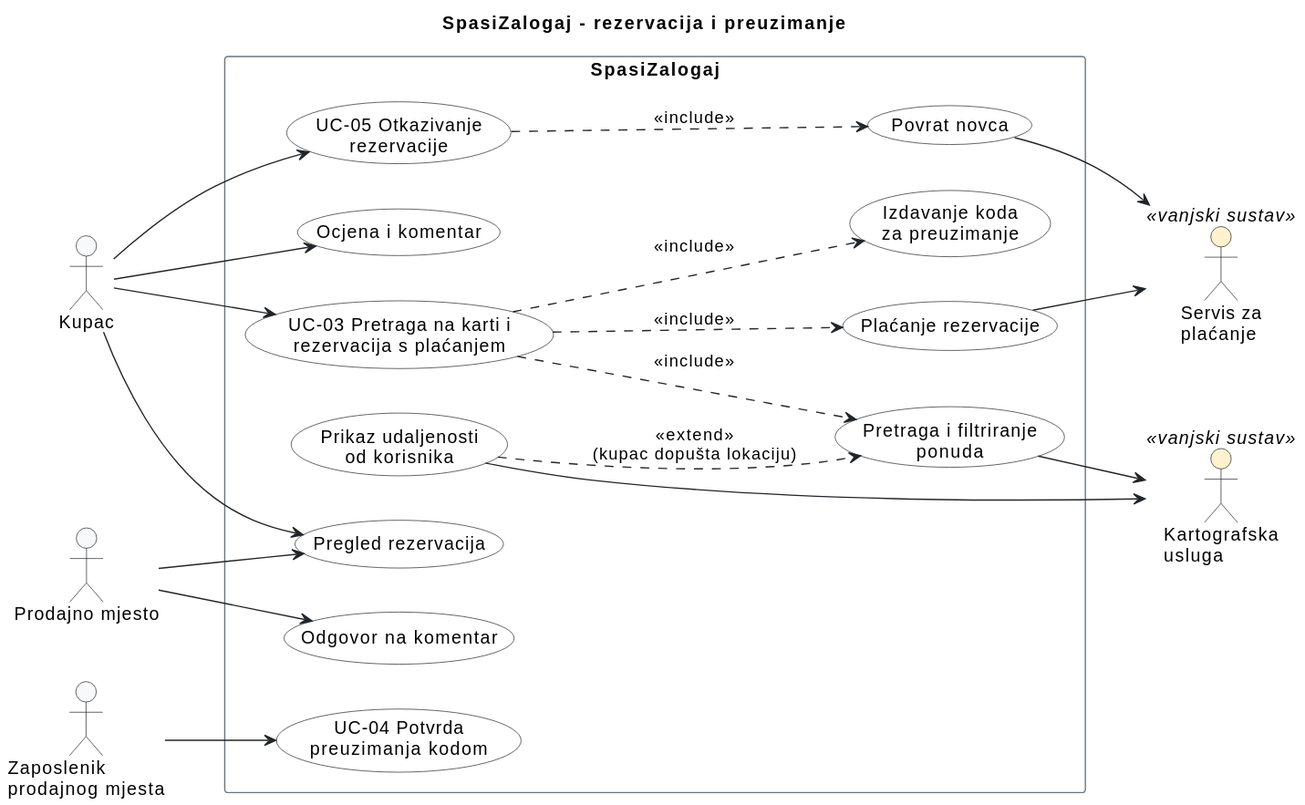
Above: docs/assets/diagrams/3-2-spasizalogaj-reservation-UC.svg in frenki1004/Menzory (PlantUML), before the change.
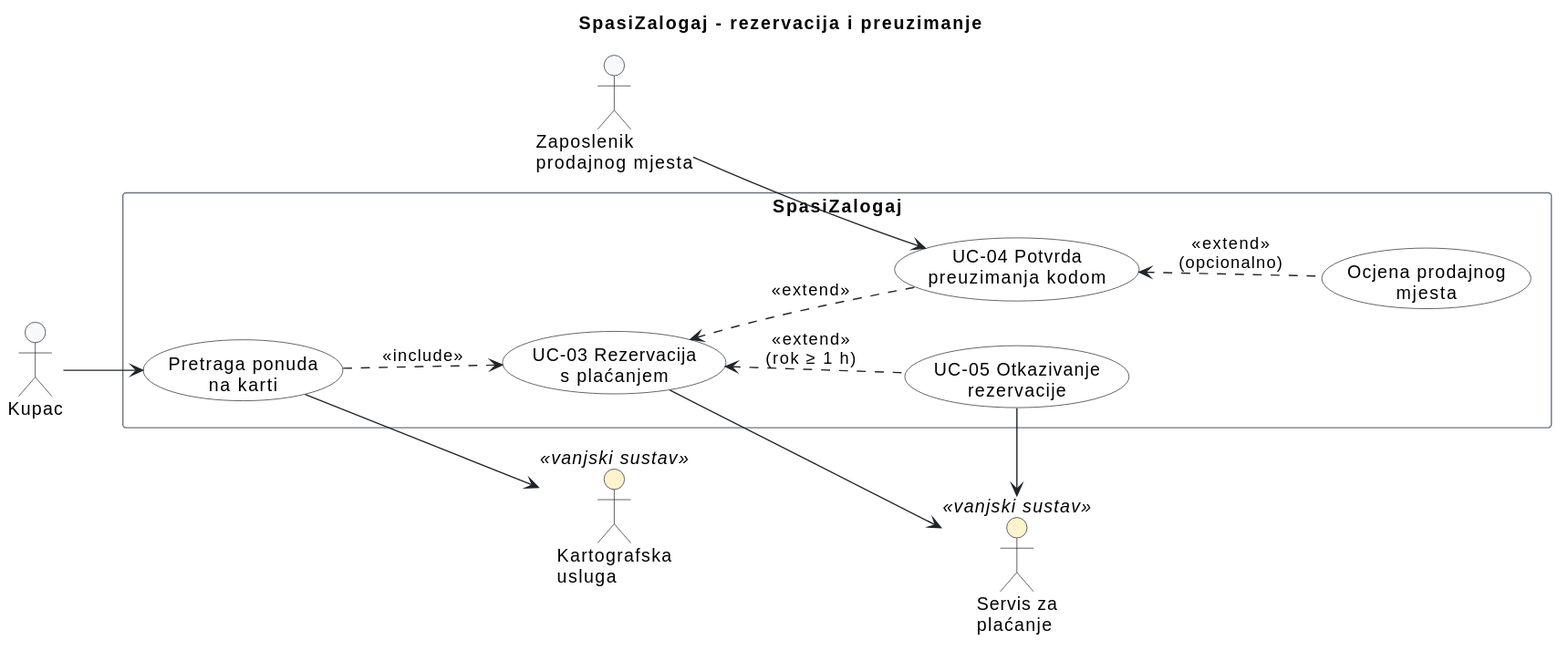
The same file after the commit.

The edit, as a diff of the source:
```diff
@@ -1,10 +1,13 @@
 @startuml
+
+
 title SpasiZalogaj - rezervacija i preuzimanje
 left to right direction
 
 skinparam shadowing false
 skinparam defaultFontName Arial
 skinparam ArrowColor #212529
+
 skinparam actor {
     BackgroundColor #F8F9FA
     BorderColor #212529
@@ -19,48 +22,31 @@
 }
 
 actor "Kupac" as Kupac
-actor "Zaposlenik\nprodajnog mjesta" as Zaposlenik
-actor "Prodajno mjesto" as Prodavac
+actor "Kartografska\nusluga" as Karta <<vanjski sustav>>
 
 rectangle "SpasiZalogaj" {
-    usecase "UC-03 Pretraga na karti i\nrezervacija s plaćanjem" as UC03
-    usecase "Pretraga i filtriranje\nponuda" as UCPretraga
-    usecase "Prikaz udaljenosti\nod korisnika" as UCUdaljenost
-    usecase "Plaćanje rezervacije" as UCPlacanje
-    usecase "Izdavanje koda\nza preuzimanje" as UCKod
-
+    usecase "Pretraga ponuda\nna karti" as UCPretraga
+    usecase "UC-03 Rezervacija\ns plaćanjem" as UC03
+    usecase "UC-04 Potvrda\npreuzimanja kodom" as UC04
     usecase "UC-05 Otkazivanje\nrezervacije" as UC05
-    usecase "Povrat novca" as UCPovrat
-
-    usecase "Pregled rezervacija" as UCPregled
-
-    usecase "UC-04 Potvrda\npreuzimanja kodom" as UC04
-
-    usecase "Ocjena i komentar" as UCOcjena
-    usecase "Odgovor na komentar" as UCOdgovor
+    usecase "Ocjena prodajnog\nmjesta" as UCOcjena
 }
 
-actor "Kartografska\nusluga" as Karta <<vanjski sustav>>
+actor "Zaposlenik\nprodajnog mjesta" as Zaposlenik
 actor "Servis za\nplaćanje" as Placanje <<vanjski sustav>>
 
-Kupac --> UC03
-Kupac --> UC05
-Kupac --> UCPregled
-Kupac --> UCOcjena
+Kupac --> UCPretraga
+UCPretraga ..> UC03 : <<include>>
+UCPretraga --> Karta
+
+UC03 <.. UC04 : <<extend>>
+UC03 <.. UC05 : <<extend>>\n(rok ≥ 1 h)
+UC04 <.. UCOcjena : <<extend>>\n(opcionalno)
 
 Zaposlenik --> UC04
+UC03 --> Placanje
+Placanje <-- UC05
 
-Prodavac --> UCPregled
-Prodavac --> UCOdgovor
-
-UC03 ..> UCPretraga : <<include>>
-UC03 ..> UCPlacanje : <<include>>
-UC03 ..> UCKod : <<include>>
-UCUdaljenost ..> UCPretraga : <<extend>>\n(kupac dopušta lokaciju)
-UC05 ..> UCPovrat : <<include>>
-
-UCPretraga --> Karta
-UCUdaljenost --> Karta
-UCPlacanje --> Placanje
-UCPovrat --> Placanje
+UC04 -[hidden]up-> Zaposlenik
+UC05 -[hidden]down-> Placanje
 @enduml
```
